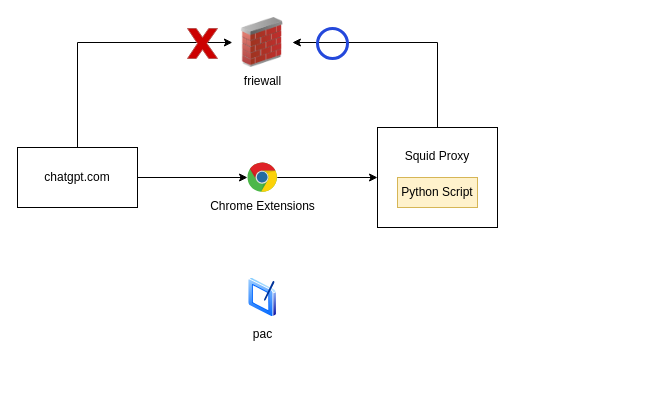
moai-kim/drawio keeps this draw.io diagram as 제목 없는 다이어그램.drawio. Above is the earlier version. Source tidied: cells renumbered, new cells numbered last; positions are measured from the earlier drawing's top-left corner, leaving out a move shared by most shapes. Both pictures are drawn from the tidied source at 100%, with x=0, y=0 at pixel (17, 17).
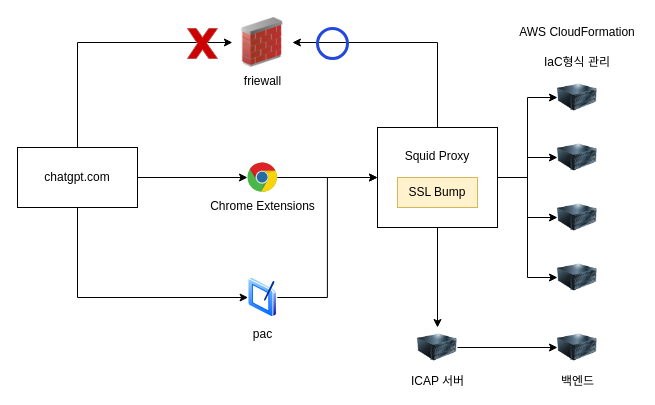
Above is the later version.

Commit message:
챗봇프록시.drawio

The change refers to these unchanged cells:
```xml
<mxCell id="3" value="Squid Proxy&lt;div&gt;&lt;br&gt;&lt;/div&gt;&lt;div&gt;&lt;br&gt;&lt;/div&gt;&lt;div&gt;&lt;br&gt;&lt;/div&gt;" style="rounded=0;whiteSpace=wrap;html=1;" parent="1" vertex="1">
  <mxGeometry x="360" y="110" width="120" height="100" as="geometry" />
</mxCell>
<mxCell id="9" value="chatgpt.com" style="rounded=0;whiteSpace=wrap;html=1;" parent="1" vertex="1">
  <mxGeometry y="130" width="120" height="60" as="geometry" />
</mxCell>
<mxCell id="13" value="pac" style="image;perimeter=ellipsePerimeter;html=1;align=center;shadow=0;dashed=0;spacingTop=3;image=img/lib/active_directory/tablet_pc.svg;" parent="1" vertex="1">
  <mxGeometry x="230.6" y="260" width="29.2" height="40" as="geometry" />
</mxCell>
```

What changed in the source:
```diff
@@
+    <mxCell id="14" style="edgeStyle=orthogonalEdgeStyle;rounded=0;jettySize=auto;html=1;entryX=0;entryY=0.5;entryDx=0;entryDy=0;" parent="1" edge="1" source="3" target="21">
+      <mxGeometry relative="1" as="geometry" />
+    </mxCell>
+    <mxCell id="15" style="edgeStyle=orthogonalEdgeStyle;rounded=0;jettySize=auto;html=1;entryX=0;entryY=0.5;entryDx=0;entryDy=0;" parent="1" edge="1" source="3" target="22">
+      <mxGeometry relative="1" as="geometry" />
+    </mxCell>
+    <mxCell id="16" style="edgeStyle=orthogonalEdgeStyle;rounded=0;jettySize=auto;html=1;entryX=0;entryY=0.5;entryDx=0;entryDy=0;" parent="1" edge="1" source="3" target="23">
+      <mxGeometry relative="1" as="geometry" />
+    </mxCell>
+    <mxCell id="17" style="edgeStyle=orthogonalEdgeStyle;rounded=0;jettySize=auto;html=1;entryX=0;entryY=0.5;entryDx=0;entryDy=0;" parent="1" edge="1" source="3" target="24">
+      <mxGeometry relative="1" as="geometry" />
+    </mxCell>
+    <mxCell id="18" style="edgeStyle=orthogonalEdgeStyle;rounded=0;jettySize=auto;html=1;" parent="1" edge="1" source="3" target="28">
+      <mxGeometry relative="1" as="geometry" />
+    </mxCell>
@@
-    <mxCell id="4" value="Python Script" style="rounded=0;whiteSpace=wrap;html=1;fillColor=#fff2cc;strokeColor=#d6b656;" parent="1" vertex="1">
+    <mxCell id="4" value="SSL Bump" style="rounded=0;whiteSpace=wrap;html=1;fillColor=#fff2cc;strokeColor=#d6b656;" parent="1" vertex="1">
       <mxGeometry x="380" y="160" width="80" height="30" as="geometry" />
     </mxCell>
@@
+    <mxCell id="19" style="edgeStyle=orthogonalEdgeStyle;rounded=0;jettySize=auto;html=1;entryX=0;entryY=0.5;entryDx=0;entryDy=0;exitX=0.5;exitY=1;exitDx=0;exitDy=0;" parent="1" edge="1" source="9" target="13">
+      <mxGeometry relative="1" as="geometry" />
+    </mxCell>
@@
+    <mxCell id="20" style="edgeStyle=orthogonalEdgeStyle;rounded=0;jettySize=auto;html=1;entryX=0;entryY=0.5;entryDx=0;entryDy=0;" parent="1" edge="1" source="13" target="3">
+      <mxGeometry relative="1" as="geometry" />
+    </mxCell>
@@
+    <mxCell id="21" style="image;html=1;image=img/lib/clip_art/computers/Server_128x128.png;" parent="1" vertex="1">
+      <mxGeometry x="540" y="50" width="40" height="60" as="geometry" />
+    </mxCell>
+    <mxCell id="22" style="image;html=1;image=img/lib/clip_art/computers/Server_128x128.png;" parent="1" vertex="1">
+      <mxGeometry x="540" y="110" width="40" height="60" as="geometry" />
+    </mxCell>
+    <mxCell id="23" style="image;html=1;image=img/lib/clip_art/computers/Server_128x128.png;" parent="1" vertex="1">
+      <mxGeometry x="540" y="170" width="40" height="60" as="geometry" />
+    </mxCell>
+    <mxCell id="24" style="image;html=1;image=img/lib/clip_art/computers/Server_128x128.png;" parent="1" vertex="1">
+      <mxGeometry x="540" y="230" width="40" height="60" as="geometry" />
+    </mxCell>
+    <mxCell id="25" value="IaC형식 관리" style="text;html=1;align=center;verticalAlign=middle;whiteSpace=wrap;rounded=0;" parent="1" vertex="1">
+      <mxGeometry x="520" y="30" width="80" height="30" as="geometry" />
+    </mxCell>
+    <mxCell id="26" value="AWS CloudFormation" style="text;html=1;align=center;verticalAlign=middle;whiteSpace=wrap;rounded=0;" parent="1" vertex="1">
+      <mxGeometry x="500" width="120" height="30" as="geometry" />
+    </mxCell>
+    <mxCell id="27" style="edgeStyle=orthogonalEdgeStyle;rounded=0;jettySize=auto;html=1;" parent="1" edge="1" source="28" target="29">
+      <mxGeometry relative="1" as="geometry" />
+    </mxCell>
+    <mxCell id="28" value="ICAP 서버" style="image;html=1;image=img/lib/clip_art/computers/Server_128x128.png;" parent="1" vertex="1">
+      <mxGeometry x="400" y="310" width="40" height="40" as="geometry" />
+    </mxCell>
+    <mxCell id="29" value="백엔드" style="image;html=1;image=img/lib/clip_art/computers/Server_128x128.png;" parent="1" vertex="1">
+      <mxGeometry x="540" y="310" width="40" height="40" as="geometry" />
+    </mxCell>
```
